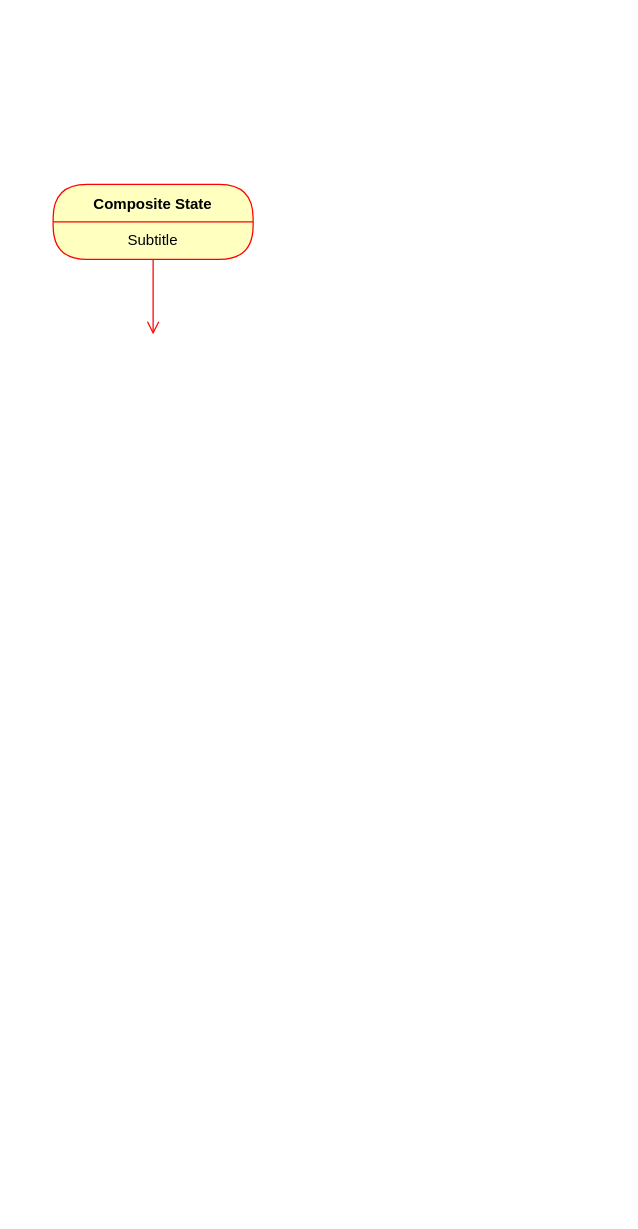
ProjetoModelagem/Modelagem-Projeto-2 keeps this draw.io diagram as page "Página-9" (9 of 14) of Diagrama sem nome.drawio. Above is the earlier version. Source tidied: cells renumbered, new cells numbered last; positions are measured from the earlier drawing's top-left corner, leaving out a move shared by most shapes. Both pictures are drawn from the tidied source at 125%, with x=0, y=0 at pixel (52, 184).
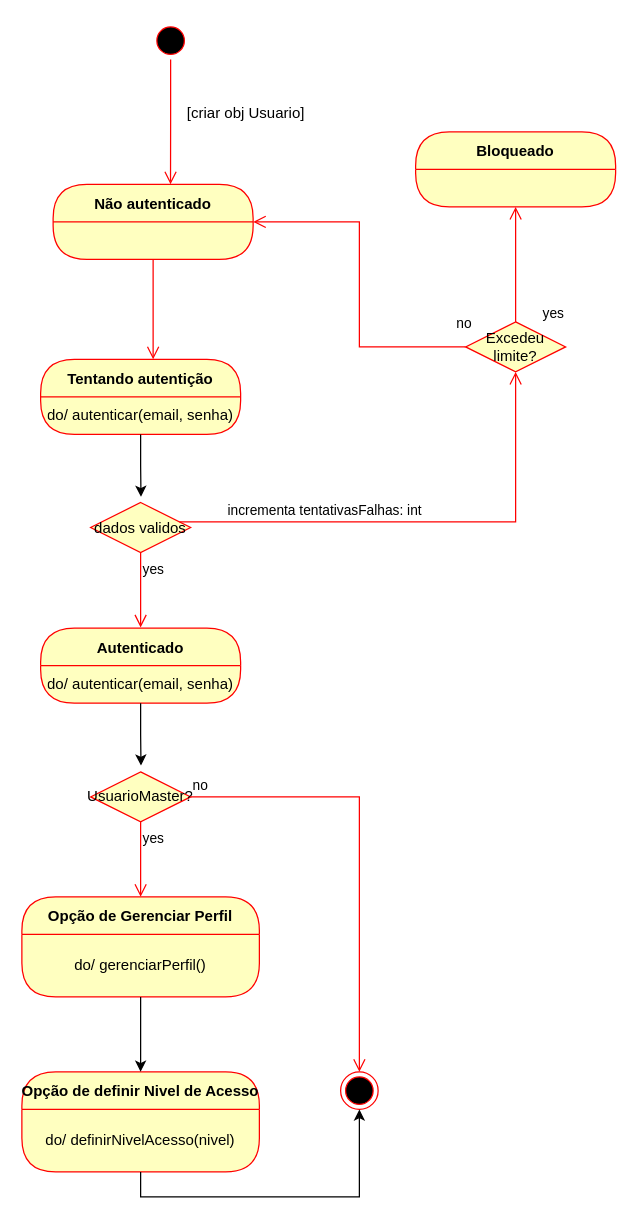
Above is the later version.

What changed in the source:
```diff
@@
-    <mxCell id="2" value="Composite State" style="swimlane;fontStyle=1;align=center;verticalAlign=middle;horizontal=1;startSize=30;fontColor=#000000;rounded=1;arcSize=30;strokeColor=#ff0000;fillColor=#ffffc0;swimlaneFillColor=#ffffc0;" parent="1" vertex="1">
+    <mxCell id="2" value="Não autenticado" style="swimlane;fontStyle=1;align=center;verticalAlign=middle;horizontal=1;startSize=30;fontColor=#000000;rounded=1;arcSize=30;strokeColor=#ff0000;fillColor=#ffffc0;swimlaneFillColor=#ffffc0;" parent="1" vertex="1">
       <mxGeometry width="160" height="60" as="geometry" />
     </mxCell>
-    <mxCell id="3" value="Subtitle" style="text;html=1;strokeColor=none;fillColor=none;align=center;verticalAlign=middle;spacingLeft=4;spacingRight=4;whiteSpace=wrap;overflow=hidden;fontColor=#000000;" parent="2" vertex="1">
-      <mxGeometry y="30" width="160" height="30" as="geometry" />
-    </mxCell>
     <mxCell id="4" style="edgeStyle=orthogonalEdgeStyle;html=1;verticalAlign=bottom;endArrow=open;endSize=8;strokeColor=#ff0000;rounded=0;" parent="1" edge="1" source="2">
       <mxGeometry relative="1" as="geometry">
-        <mxPoint x="80" y="120" as="targetPoint" />
+        <mxPoint x="80" y="140" as="targetPoint" />
       </mxGeometry>
     </mxCell>
+    <mxCell id="5" style="ellipse;html=1;shape=startState;fillColor=#000000;strokeColor=#ff0000;" parent="1" vertex="1">
+      <mxGeometry x="79" y="-130" width="30" height="30" as="geometry" />
+    </mxCell>
+    <mxCell id="6" style="edgeStyle=orthogonalEdgeStyle;html=1;verticalAlign=bottom;endArrow=open;endSize=8;strokeColor=#ff0000;rounded=0;entryX=0.587;entryY=0;entryDx=0;entryDy=0;entryPerimeter=0;" parent="1" edge="1" source="5" target="2">
+      <mxGeometry relative="1" as="geometry" />
+    </mxCell>
+    <mxCell id="7" style="ellipse;html=1;shape=endState;fillColor=#000000;strokeColor=#ff0000;" parent="1" vertex="1">
+      <mxGeometry x="230" y="710" width="30" height="30" as="geometry" />
+    </mxCell>
+    <mxCell id="8" value="[criar obj Usuario]" style="text;html=1;align=center;verticalAlign=middle;strokeColor=none;fillColor=none;" parent="1" vertex="1">
+      <mxGeometry x="94" y="-72" width="120" height="30" as="geometry" />
+    </mxCell>
+    <mxCell id="9" value="Tentando autentição" style="swimlane;fontStyle=1;align=center;verticalAlign=middle;horizontal=1;startSize=30;fontColor=#000000;rounded=1;arcSize=30;strokeColor=#ff0000;fillColor=#ffffc0;swimlaneFillColor=#ffffc0;" parent="1" vertex="1">
+      <mxGeometry x="-10" y="140" width="160" height="60" as="geometry" />
+    </mxCell>
+    <mxCell id="10" style="edgeStyle=orthogonalEdgeStyle;rounded=0;jettySize=auto;html=1;exitX=0.5;exitY=1;exitDx=0;exitDy=0;" parent="9" edge="1" source="11">
+      <mxGeometry relative="1" as="geometry">
+        <mxPoint x="80.3" y="110" as="targetPoint" />
+      </mxGeometry>
+    </mxCell>
+    <mxCell id="11" value="do/ autenticar(email, senha)" style="text;html=1;strokeColor=none;fillColor=none;align=center;verticalAlign=middle;spacingLeft=4;spacingRight=4;whiteSpace=wrap;overflow=hidden;fontColor=#000000;" parent="9" vertex="1">
+      <mxGeometry y="30" width="160" height="30" as="geometry" />
+    </mxCell>
+    <mxCell id="12" value="dados validos" style="rhombus;whiteSpace=wrap;html=1;fontColor=#000000;fillColor=#ffffc0;strokeColor=#ff0000;" parent="1" vertex="1">
+      <mxGeometry x="30" y="254.5" width="80" height="40" as="geometry" />
+    </mxCell>
+    <mxCell id="13" value="incrementa tentativasFalhas: int" style="edgeStyle=orthogonalEdgeStyle;html=1;align=left;verticalAlign=bottom;endArrow=open;endSize=8;strokeColor=#ff0000;rounded=0;entryX=0.5;entryY=1;entryDx=0;entryDy=0;" parent="1" edge="1" source="12" target="16">
+      <mxGeometry x="-0.81" relative="1" as="geometry">
+        <Array as="points">
+          <mxPoint x="370" y="270" />
+        </Array>
+      </mxGeometry>
+    </mxCell>
+    <mxCell id="14" value="yes" style="edgeStyle=orthogonalEdgeStyle;html=1;align=left;verticalAlign=top;endArrow=open;endSize=8;strokeColor=#ff0000;rounded=0;" parent="1" edge="1" source="12">
+      <mxGeometry x="-1" relative="1" as="geometry">
+        <mxPoint x="70" y="354.5" as="targetPoint" />
+      </mxGeometry>
+    </mxCell>
+    <mxCell id="15" value="Bloqueado" style="swimlane;fontStyle=1;align=center;verticalAlign=middle;horizontal=1;startSize=30;fontColor=#000000;rounded=1;arcSize=30;strokeColor=#ff0000;fillColor=#ffffc0;swimlaneFillColor=#ffffc0;" parent="1" vertex="1">
+      <mxGeometry x="290" y="-42" width="160" height="60" as="geometry" />
+    </mxCell>
+    <mxCell id="16" value="Excedeu limite?" style="rhombus;whiteSpace=wrap;html=1;fontColor=#000000;fillColor=#ffffc0;strokeColor=#ff0000;" parent="1" vertex="1">
+      <mxGeometry x="330" y="110" width="80" height="40" as="geometry" />
+    </mxCell>
+    <mxCell id="17" value="no" style="edgeStyle=orthogonalEdgeStyle;html=1;align=left;verticalAlign=bottom;endArrow=open;endSize=8;strokeColor=#ff0000;rounded=0;entryX=1;entryY=0.5;entryDx=0;entryDy=0;" parent="1" edge="1" source="16" target="2">
+      <mxGeometry x="-0.93" y="-10" relative="1" as="geometry" />
+    </mxCell>
+    <mxCell id="18" value="yes" style="edgeStyle=orthogonalEdgeStyle;html=1;align=left;verticalAlign=top;endArrow=open;endSize=8;strokeColor=#ff0000;rounded=0;entryX=0.5;entryY=1;entryDx=0;entryDy=0;" parent="1" edge="1" source="16" target="15">
+      <mxGeometry x="-0.57" y="-20" relative="1" as="geometry" />
+    </mxCell>
+    <mxCell id="19" value="Autenticado" style="swimlane;fontStyle=1;align=center;verticalAlign=middle;horizontal=1;startSize=30;fontColor=#000000;rounded=1;arcSize=30;strokeColor=#ff0000;fillColor=#ffffc0;swimlaneFillColor=#ffffc0;" parent="1" vertex="1">
+      <mxGeometry x="-10" y="355" width="160" height="60" as="geometry" />
+    </mxCell>
+    <mxCell id="20" style="edgeStyle=orthogonalEdgeStyle;rounded=0;jettySize=auto;html=1;exitX=0.5;exitY=1;exitDx=0;exitDy=0;" parent="19" edge="1" source="21">
+      <mxGeometry relative="1" as="geometry">
+        <mxPoint x="80.3" y="110" as="targetPoint" />
+      </mxGeometry>
+    </mxCell>
+    <mxCell id="21" value="do/ autenticar(email, senha)" style="text;html=1;strokeColor=none;fillColor=none;align=center;verticalAlign=middle;spacingLeft=4;spacingRight=4;whiteSpace=wrap;overflow=hidden;fontColor=#000000;" parent="19" vertex="1">
+      <mxGeometry y="30" width="160" height="30" as="geometry" />
+    </mxCell>
+    <mxCell id="22" value="UsuarioMaster?" style="rhombus;whiteSpace=wrap;html=1;fontColor=#000000;fillColor=#ffffc0;strokeColor=#ff0000;" parent="1" vertex="1">
+      <mxGeometry x="30" y="470" width="80" height="40" as="geometry" />
+    </mxCell>
+    <mxCell id="23" value="no" style="edgeStyle=orthogonalEdgeStyle;html=1;align=left;verticalAlign=bottom;endArrow=open;endSize=8;strokeColor=#ff0000;rounded=0;entryX=0.5;entryY=0;entryDx=0;entryDy=0;" parent="1" edge="1" source="22" target="7">
+      <mxGeometry x="-1" relative="1" as="geometry" />
+    </mxCell>
+    <mxCell id="24" value="yes" style="edgeStyle=orthogonalEdgeStyle;html=1;align=left;verticalAlign=top;endArrow=open;endSize=8;strokeColor=#ff0000;rounded=0;" parent="1" edge="1" source="22">
+      <mxGeometry x="-1" relative="1" as="geometry">
+        <mxPoint x="70" y="570" as="targetPoint" />
+      </mxGeometry>
+    </mxCell>
+    <mxCell id="25" value="Opção de definir Nivel de Acesso" style="swimlane;fontStyle=1;align=center;verticalAlign=middle;horizontal=1;startSize=30;fontColor=#000000;rounded=1;arcSize=30;strokeColor=#ff0000;fillColor=#ffffc0;swimlaneFillColor=#ffffc0;" parent="1" vertex="1">
+      <mxGeometry x="-25" y="710" width="190" height="80" as="geometry" />
+    </mxCell>
+    <mxCell id="26" value="do/ definirNivelAcesso(nivel)" style="text;html=1;strokeColor=none;fillColor=none;align=center;verticalAlign=middle;spacingLeft=4;spacingRight=4;whiteSpace=wrap;overflow=hidden;fontColor=#000000;" parent="25" vertex="1">
+      <mxGeometry y="30" width="190" height="50" as="geometry" />
+    </mxCell>
+    <mxCell id="27" value="Opção de Gerenciar Perfil" style="swimlane;fontStyle=1;align=center;verticalAlign=middle;horizontal=1;startSize=30;fontColor=#000000;rounded=1;arcSize=30;strokeColor=#ff0000;fillColor=#ffffc0;swimlaneFillColor=#ffffc0;" parent="1" vertex="1">
+      <mxGeometry x="-25" y="570" width="190" height="80" as="geometry" />
+    </mxCell>
+    <mxCell id="28" value="do/ gerenciarPerfil()" style="text;html=1;strokeColor=none;fillColor=none;align=center;verticalAlign=middle;spacingLeft=4;spacingRight=4;whiteSpace=wrap;overflow=hidden;fontColor=#000000;" parent="27" vertex="1">
+      <mxGeometry y="30" width="190" height="50" as="geometry" />
+    </mxCell>
+    <mxCell id="29" style="edgeStyle=orthogonalEdgeStyle;rounded=0;jettySize=auto;html=1;exitX=0.5;exitY=1;exitDx=0;exitDy=0;entryX=0.5;entryY=0;entryDx=0;entryDy=0;" parent="1" edge="1" source="28" target="25">
+      <mxGeometry relative="1" as="geometry" />
+    </mxCell>
+    <mxCell id="30" style="edgeStyle=orthogonalEdgeStyle;rounded=0;jettySize=auto;html=1;exitX=0.5;exitY=1;exitDx=0;exitDy=0;entryX=0.5;entryY=1;entryDx=0;entryDy=0;" parent="1" edge="1" source="26" target="7">
+      <mxGeometry relative="1" as="geometry" />
+    </mxCell>
```
